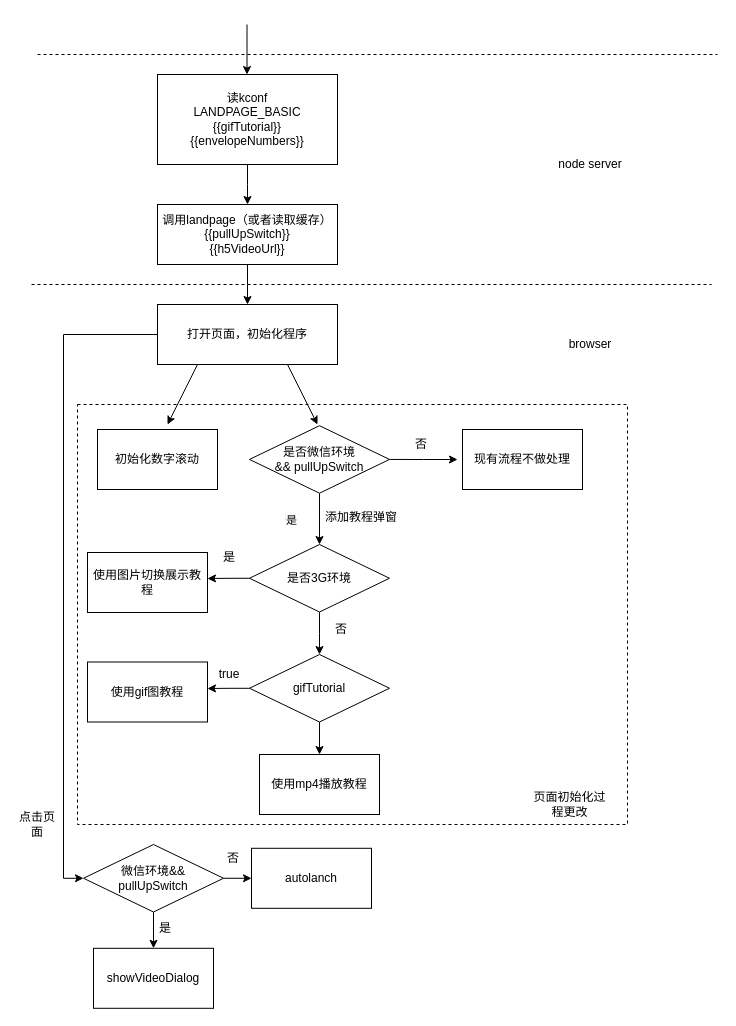
GitHubJian/netjs keeps this draw.io diagram as 更改设计方案.drawio. Above is the earlier version. Source tidied: cells renumbered, new cells numbered last; positions are measured from the earlier drawing's top-left corner, leaving out a move shared by most shapes. Both pictures are drawn from the tidied source at 100%, with x=0, y=0 at pixel (17, 24).
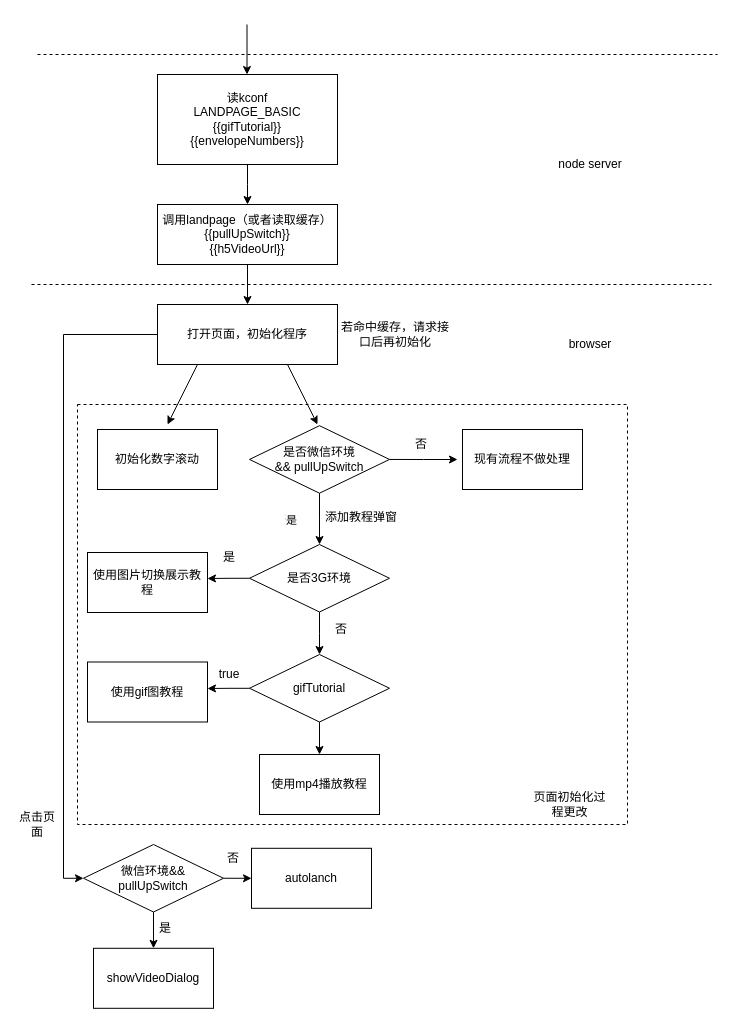
After the change.

Commit message (it also covers changes not shown here):
更新更改设计方案.drawio

The edit, as a diff of the source:
```diff
@@
+    <mxCell id="46" value="若命中缓存，请求接口后再初始化" style="text;html=1;strokeColor=none;fillColor=none;align=center;verticalAlign=middle;whiteSpace=wrap;rounded=0;" parent="1" vertex="1">
+      <mxGeometry x="320" y="300" width="116" height="20" as="geometry" />
+    </mxCell>
```
